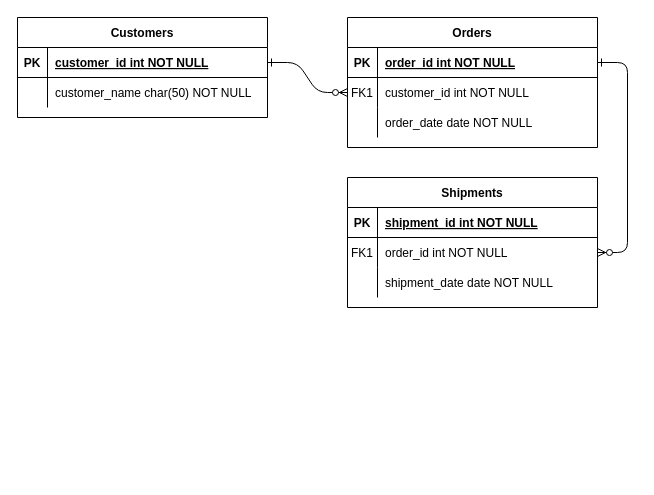
Before: documentation/lopokulu-database-er.drawio in mtijas/lopokulu, a draw.io diagram. Source tidied: cells renumbered, new cells numbered last; positions are measured from the earlier drawing's top-left corner, leaving out a move shared by most shapes. Both pictures are drawn from the tidied source at 100%, with x=0, y=0 at pixel (17, 17).
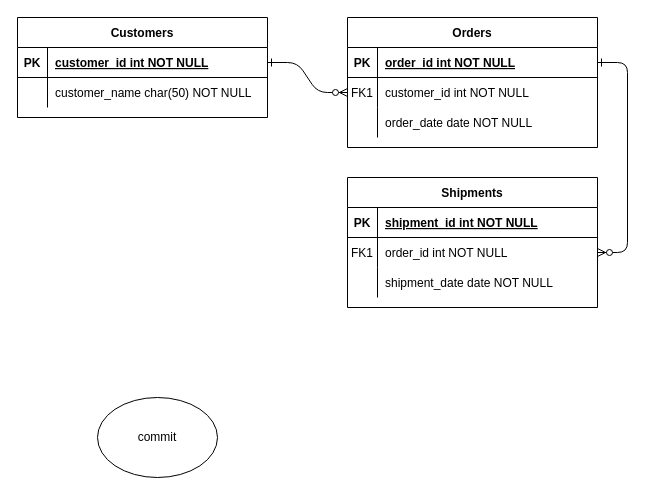
The same page after the edit.

The edit, as a diff of the source:
```diff
@@
+    <mxCell id="31" value="commit" style="ellipse;whiteSpace=wrap;html=1;" parent="1" vertex="1">
+      <mxGeometry x="80" y="380" width="120" height="80" as="geometry" />
+    </mxCell>
```
